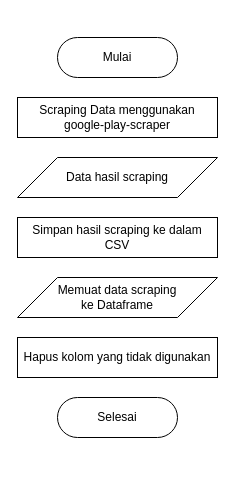
This is page "Scraping" (2 of 10) of Untitled Diagram.drawio from mksyfla/analysis-sentiment-using-svm, a draw.io file, before an edit. Source tidied: cells renumbered, new cells numbered last; positions are measured from the earlier drawing's top-left corner, leaving out a move shared by most shapes. Both pictures are drawn from the tidied source at 100%, with x=0, y=0 at pixel (17, 37).
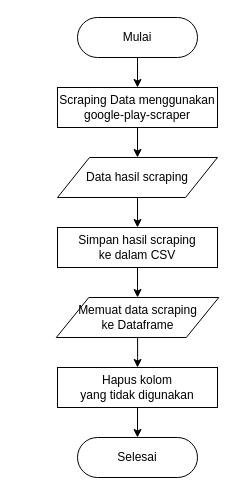
After the change.

Diff of the diagram source:
```diff
@@
 <mxGraphModel>
   <root>
     <mxCell id="0" />
     <mxCell id="1" parent="0" />
+    <mxCell id="9" style="edgeStyle=orthogonalEdgeStyle;rounded=0;jettySize=auto;html=1;" parent="1" edge="1" source="2" target="3">
+      <mxGeometry relative="1" as="geometry" />
+    </mxCell>
     <mxCell id="2" value="Mulai" style="html=1;dashed=0;whiteSpace=wrap;shape=mxgraph.dfd.start;" parent="1" vertex="1">
-      <mxGeometry x="40" width="120" height="40" as="geometry" />
+      <mxGeometry x="60" y="-20" width="120" height="40" as="geometry" />
     </mxCell>
+    <mxCell id="10" style="edgeStyle=orthogonalEdgeStyle;rounded=0;jettySize=auto;html=1;" parent="1" edge="1" source="3" target="7">
+      <mxGeometry relative="1" as="geometry" />
+    </mxCell>
     <mxCell id="3" value="Scraping Data menggunakan google-play-scraper" style="html=1;dashed=0;whiteSpace=wrap;" parent="1" vertex="1">
-      <mxGeometry y="60" width="200" height="40" as="geometry" />
+      <mxGeometry x="40" y="50" width="160" height="40" as="geometry" />
     </mxCell>
+    <mxCell id="11" style="edgeStyle=orthogonalEdgeStyle;rounded=0;jettySize=auto;html=1;" parent="1" edge="1" source="4" target="5">
+      <mxGeometry relative="1" as="geometry" />
+    </mxCell>
-    <mxCell id="4" value="&lt;div&gt;Hapus kolom yang tidak digunakan&lt;/div&gt;" style="html=1;dashed=0;whiteSpace=wrap;" parent="1" vertex="1">
-      <mxGeometry y="300" width="200" height="40" as="geometry" />
+    <mxCell id="4" value="&lt;div&gt;Hapus kolom&lt;/div&gt;&lt;div&gt;yang tidak digunakan&lt;/div&gt;" style="html=1;dashed=0;whiteSpace=wrap;" parent="1" vertex="1">
+      <mxGeometry x="40" y="330" width="160" height="40" as="geometry" />
     </mxCell>
     <mxCell id="5" value="Selesai" style="html=1;dashed=0;whiteSpace=wrap;shape=mxgraph.dfd.start;" parent="1" vertex="1">
-      <mxGeometry x="40" y="360" width="120" height="40" as="geometry" />
+      <mxGeometry x="60" y="400" width="120" height="40" as="geometry" />
     </mxCell>
+    <mxCell id="12" style="edgeStyle=orthogonalEdgeStyle;rounded=0;jettySize=auto;html=1;" parent="1" edge="1" source="6" target="8">
+      <mxGeometry relative="1" as="geometry" />
+    </mxCell>
-    <mxCell id="6" value="&lt;div&gt;Simpan hasil scraping ke dalam&lt;/div&gt;&lt;div&gt;CSV&lt;/div&gt;" style="html=1;dashed=0;whiteSpace=wrap;" parent="1" vertex="1">
-      <mxGeometry y="180" width="200" height="40" as="geometry" />
+    <mxCell id="6" value="&lt;div&gt;Simpan hasil scraping&lt;/div&gt;&lt;div&gt;ke dalam CSV&lt;/div&gt;" style="html=1;dashed=0;whiteSpace=wrap;" parent="1" vertex="1">
+      <mxGeometry x="40" y="190" width="160" height="40" as="geometry" />
     </mxCell>
+    <mxCell id="13" style="edgeStyle=orthogonalEdgeStyle;rounded=0;jettySize=auto;html=1;" parent="1" edge="1" source="7" target="6">
+      <mxGeometry relative="1" as="geometry" />
+    </mxCell>
     <mxCell id="7" value="Data hasil scraping" style="shape=parallelogram;perimeter=parallelogramPerimeter;whiteSpace=wrap;html=1;dashed=0;" parent="1" vertex="1">
-      <mxGeometry y="120" width="200" height="40" as="geometry" />
+      <mxGeometry x="40" y="120" width="160" height="40" as="geometry" />
     </mxCell>
+    <mxCell id="14" style="edgeStyle=orthogonalEdgeStyle;rounded=0;jettySize=auto;html=1;" parent="1" edge="1" source="8" target="4">
+      <mxGeometry relative="1" as="geometry" />
+    </mxCell>
     <mxCell id="8" value="&lt;div&gt;Memuat data scraping&lt;/div&gt;&lt;div&gt;ke Dataframe&lt;/div&gt;" style="shape=parallelogram;perimeter=parallelogramPerimeter;whiteSpace=wrap;html=1;dashed=0;" parent="1" vertex="1">
-      <mxGeometry y="240" width="200" height="40" as="geometry" />
+      <mxGeometry x="38.8" y="260" width="162.5" height="40" as="geometry" />
     </mxCell>
   </root>
 </mxGraphModel>
```
